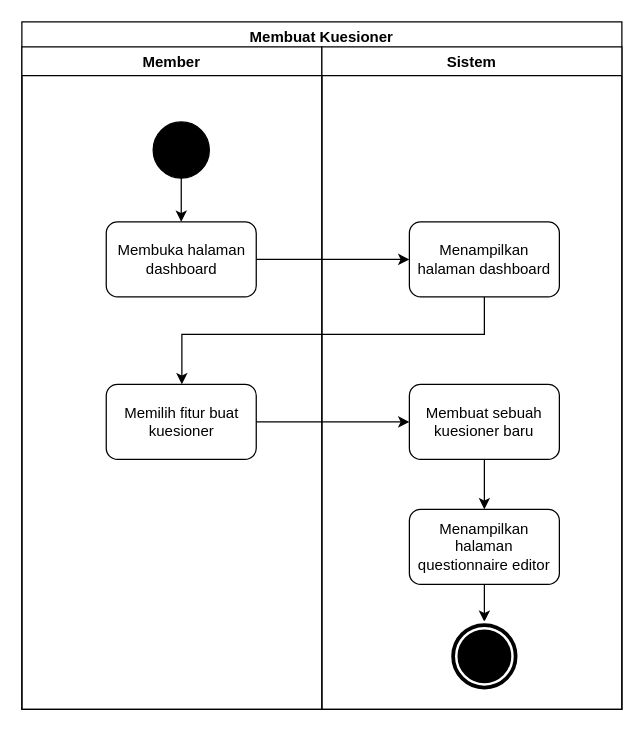
techie-jhs/thesis keeps this draw.io diagram as Diagram/Activity Diagram/15. membuat kuesioner.drawio. Above is the earlier version. Source tidied: cells renumbered, new cells numbered last; positions are measured from the earlier drawing's top-left corner, leaving out a move shared by most shapes. Both pictures are drawn from the tidied source at 125%, with x=0, y=0 at pixel (21, 21).
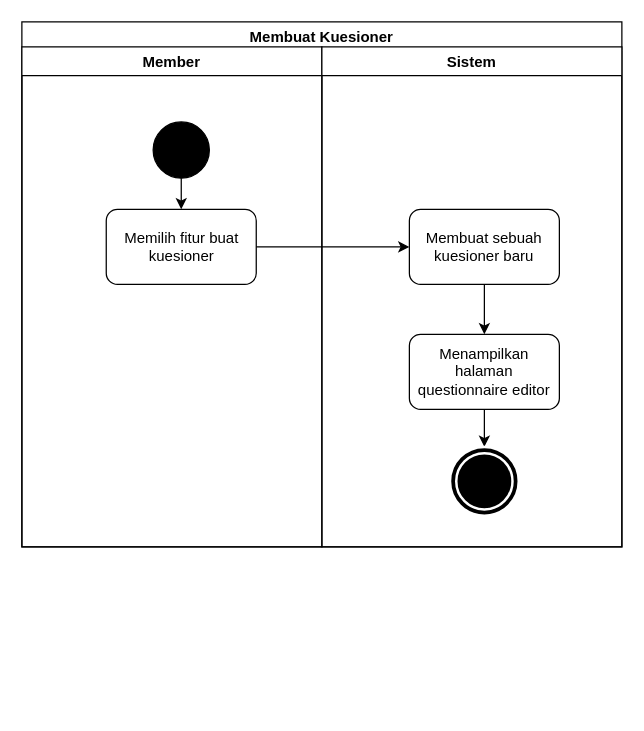
After the change.

What changed in the source:
```diff
@@
 <mxGraphModel>
   <root>
     <mxCell id="0" />
     <mxCell id="1" parent="0" />
     <mxCell id="2" value="Membuat Kuesioner" style="swimlane;fillColor=none;" parent="1" vertex="1">
-      <mxGeometry width="480" height="550" as="geometry" />
+      <mxGeometry width="480" height="420" as="geometry" />
     </mxCell>
     <mxCell id="3" value="Member" style="swimlane;" parent="2" vertex="1">
-      <mxGeometry y="20" width="240" height="530" as="geometry" />
+      <mxGeometry y="20" width="240" height="400" as="geometry" />
     </mxCell>
-    <mxCell id="4" style="edgeStyle=orthogonalEdgeStyle;rounded=0;jettySize=auto;html=1;" parent="3" edge="1" source="5" target="6">
-      <mxGeometry relative="1" as="geometry" />
-    </mxCell>
+    <mxCell id="18" style="edgeStyle=orthogonalEdgeStyle;rounded=0;jettySize=auto;html=1;" parent="3" edge="1" source="5" target="7">
+      <mxGeometry relative="1" as="geometry" />
+    </mxCell>
     <mxCell id="5" style="ellipse;whiteSpace=wrap;html=1;fillColor=#000000;" parent="3" vertex="1">
       <mxGeometry x="105" y="60" width="45" height="45" as="geometry" />
     </mxCell>
-    <mxCell id="6" value="Membuka halaman dashboard" style="rounded=1;whiteSpace=wrap;html=1;fillColor=none;" parent="3" vertex="1">
-      <mxGeometry x="67.5" y="140" width="120" height="60" as="geometry" />
-    </mxCell>
     <mxCell id="7" value="Memilih fitur buat kuesioner" style="rounded=1;whiteSpace=wrap;html=1;fillColor=none;" parent="3" vertex="1">
-      <mxGeometry x="67.5" y="270" width="120" height="60" as="geometry" />
+      <mxGeometry x="67.5" y="130" width="120" height="60" as="geometry" />
     </mxCell>
     <mxCell id="8" value="Sistem" style="swimlane;" parent="2" vertex="1">
-      <mxGeometry x="240" y="20" width="240" height="530" as="geometry" />
+      <mxGeometry x="240" y="20" width="240" height="400" as="geometry" />
     </mxCell>
-    <mxCell id="9" value="Menampilkan halaman dashboard" style="rounded=1;whiteSpace=wrap;html=1;fillColor=none;" parent="8" vertex="1">
-      <mxGeometry x="70" y="140" width="120" height="60" as="geometry" />
-    </mxCell>
     <mxCell id="10" style="edgeStyle=orthogonalEdgeStyle;rounded=0;jettySize=auto;html=1;" parent="8" edge="1" source="11" target="13">
       <mxGeometry relative="1" as="geometry" />
     </mxCell>
     <mxCell id="11" value="Membuat sebuah kuesioner baru" style="rounded=1;whiteSpace=wrap;html=1;fillColor=none;" parent="8" vertex="1">
-      <mxGeometry x="70" y="270" width="120" height="60" as="geometry" />
+      <mxGeometry x="70" y="130" width="120" height="60" as="geometry" />
     </mxCell>
     <mxCell id="12" style="edgeStyle=orthogonalEdgeStyle;rounded=0;jettySize=auto;html=1;" parent="8" edge="1" source="13" target="14">
       <mxGeometry relative="1" as="geometry" />
     </mxCell>
     <mxCell id="13" value="Menampilkan halaman questionnaire editor" style="rounded=1;whiteSpace=wrap;html=1;fillColor=none;" parent="8" vertex="1">
-      <mxGeometry x="70" y="370" width="120" height="60" as="geometry" />
+      <mxGeometry x="70" y="230" width="120" height="60" as="geometry" />
     </mxCell>
     <mxCell id="14" style="ellipse;shape=doubleEllipse;whiteSpace=wrap;html=1;fillColor=#000000;strokeColor=#FFFFFF;strokeWidth=2;" parent="8" vertex="1">
-      <mxGeometry x="102.5" y="460" width="55" height="55" as="geometry" />
+      <mxGeometry x="102.5" y="320" width="55" height="55" as="geometry" />
     </mxCell>
-    <mxCell id="15" style="edgeStyle=orthogonalEdgeStyle;rounded=0;jettySize=auto;html=1;" parent="2" edge="1" source="6" target="9">
-      <mxGeometry relative="1" as="geometry" />
-    </mxCell>
-    <mxCell id="16" style="edgeStyle=orthogonalEdgeStyle;rounded=0;jettySize=auto;html=1;" parent="2" edge="1" source="9" target="7">
-      <mxGeometry relative="1" as="geometry">
-        <Array as="points">
-          <mxPoint x="370" y="250" />
-          <mxPoint x="128" y="250" />
-        </Array>
-      </mxGeometry>
-    </mxCell>
     <mxCell id="17" style="edgeStyle=orthogonalEdgeStyle;rounded=0;jettySize=auto;html=1;entryX=0;entryY=0.5;entryDx=0;entryDy=0;" parent="2" edge="1" source="7" target="11">
       <mxGeometry relative="1" as="geometry" />
     </mxCell>
   </root>
 </mxGraphModel>
```
